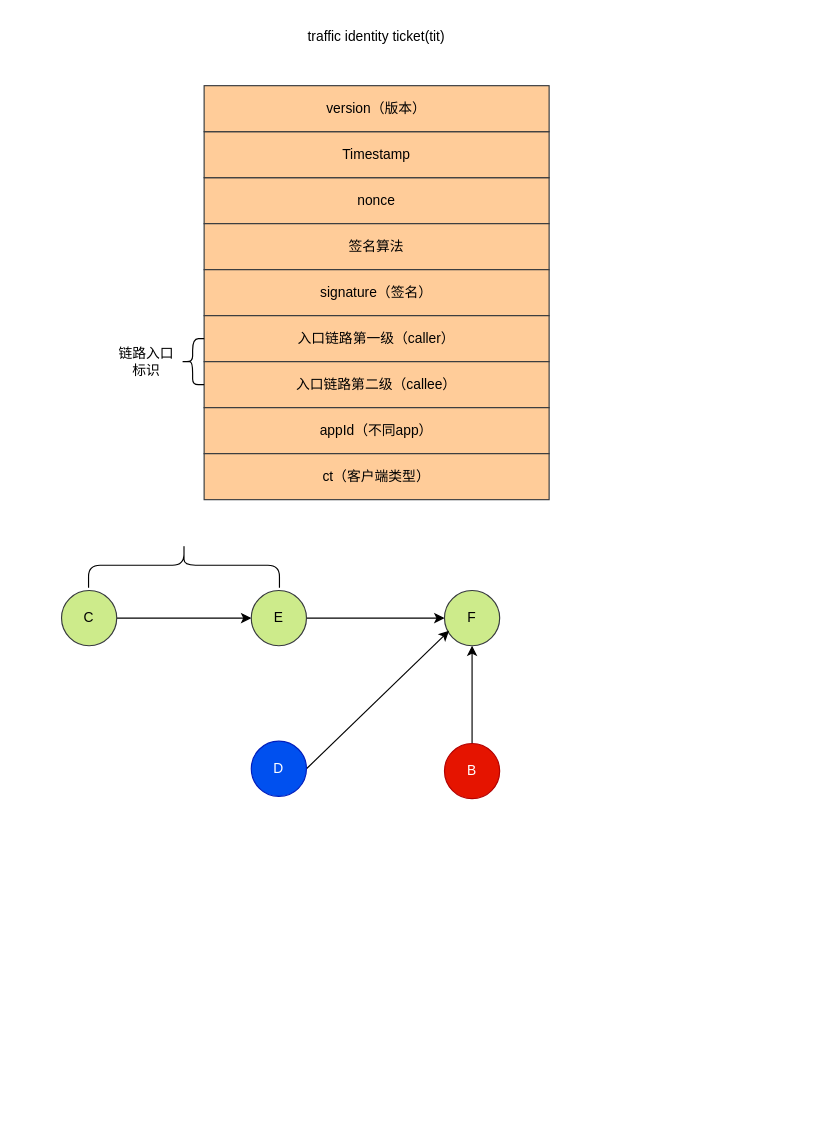
Before: page "流量身份票据" (4 of 7) of sidecar.drawio in xinguai/asmshare, a draw.io diagram. Source tidied: cells renumbered, new cells numbered last; positions are measured from the earlier drawing's top-left corner, leaving out a move shared by most shapes. Both pictures are drawn from the tidied source at 115%, with x=0, y=0 at pixel (61, 20).
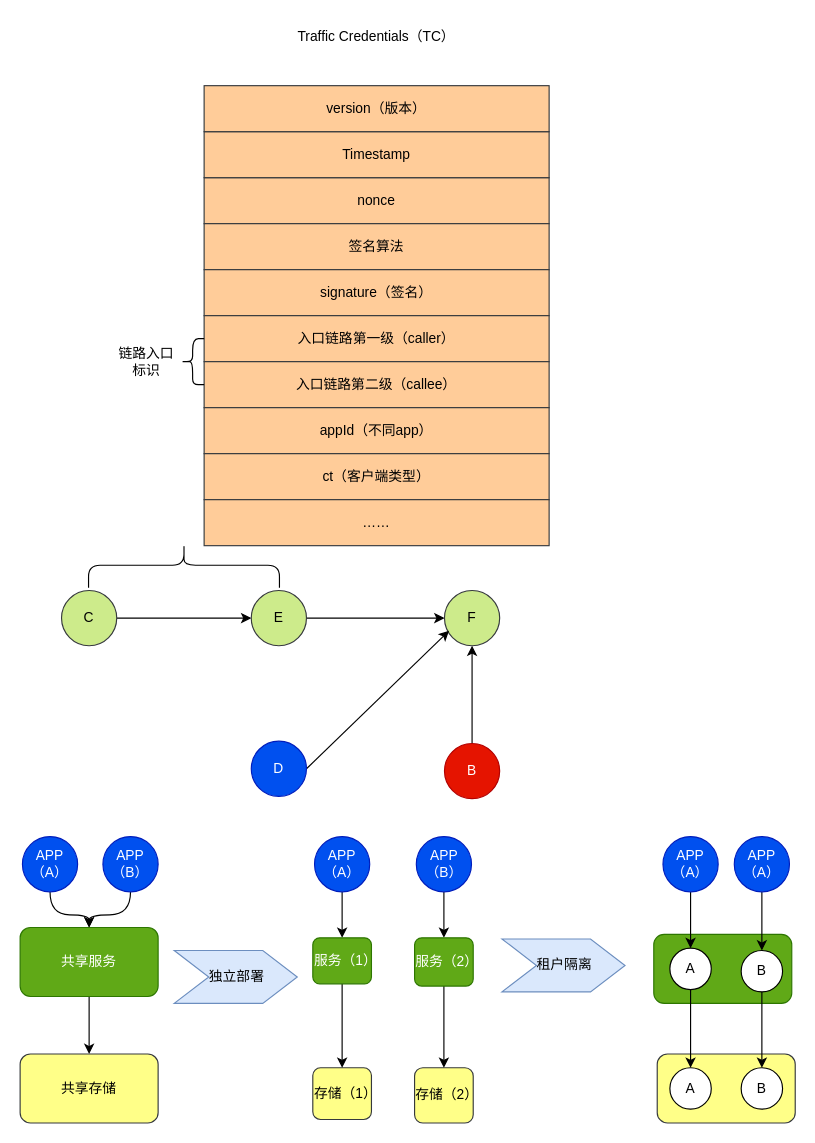
After the change.

Change to the diagram source:
```diff
@@
-    <mxCell id="11" value="traffic identity ticket(tit)" style="text;html=1;strokeColor=none;fillColor=none;align=center;verticalAlign=middle;whiteSpace=wrap;rounded=0;" parent="1" vertex="1">
+    <mxCell id="11" value="Traffic Credentials（TC）" style="text;html=1;strokeColor=none;fillColor=none;align=center;verticalAlign=middle;whiteSpace=wrap;rounded=0;" parent="1" vertex="1">
       <mxGeometry x="174" width="200" height="30" as="geometry" />
     </mxCell>
@@
+    <mxCell id="24" style="edgeStyle=orthogonalEdgeStyle;curved=1;rounded=0;jettySize=auto;html=1;exitX=0.5;exitY=1;exitDx=0;exitDy=0;entryX=0.5;entryY=0;entryDx=0;entryDy=0;" parent="1" edge="1" source="25" target="29">
+      <mxGeometry relative="1" as="geometry" />
+    </mxCell>
+    <mxCell id="25" value="APP（A）" style="ellipse;whiteSpace=wrap;html=1;fillColor=#0050ef;fontColor=#ffffff;strokeColor=#001DBC;" parent="1" vertex="1">
+      <mxGeometry x="-34" y="710" width="48" height="48" as="geometry" />
+    </mxCell>
+    <mxCell id="26" style="edgeStyle=orthogonalEdgeStyle;curved=1;rounded=0;jettySize=auto;html=1;exitX=0.5;exitY=1;exitDx=0;exitDy=0;entryX=0.5;entryY=0;entryDx=0;entryDy=0;" parent="1" edge="1" source="27" target="29">
+      <mxGeometry relative="1" as="geometry" />
+    </mxCell>
+    <mxCell id="27" value="APP（B）" style="ellipse;whiteSpace=wrap;html=1;fillColor=#0050ef;fontColor=#ffffff;strokeColor=#001DBC;" parent="1" vertex="1">
+      <mxGeometry x="36" y="710" width="48" height="48" as="geometry" />
+    </mxCell>
+    <mxCell id="28" style="edgeStyle=orthogonalEdgeStyle;curved=1;rounded=0;jettySize=auto;html=1;exitX=0.5;exitY=1;exitDx=0;exitDy=0;" parent="1" edge="1" source="29" target="30">
+      <mxGeometry relative="1" as="geometry" />
+    </mxCell>
+    <mxCell id="29" value="共享服务" style="rounded=1;whiteSpace=wrap;html=1;fillColor=#60a917;fontColor=#ffffff;strokeColor=#2D7600;" parent="1" vertex="1">
+      <mxGeometry x="-36" y="789" width="120" height="60" as="geometry" />
+    </mxCell>
+    <mxCell id="30" value="共享存储" style="rounded=1;whiteSpace=wrap;html=1;fillColor=#ffff88;strokeColor=#36393d;" parent="1" vertex="1">
+      <mxGeometry x="-36" y="899" width="120" height="60" as="geometry" />
+    </mxCell>
+    <mxCell id="31" style="edgeStyle=orthogonalEdgeStyle;curved=1;rounded=0;jettySize=auto;html=1;exitX=0.5;exitY=1;exitDx=0;exitDy=0;entryX=0.5;entryY=0;entryDx=0;entryDy=0;" parent="1" edge="1" source="32" target="38">
+      <mxGeometry relative="1" as="geometry" />
+    </mxCell>
+    <mxCell id="32" value="APP（A）" style="ellipse;whiteSpace=wrap;html=1;fillColor=#0050ef;fontColor=#ffffff;strokeColor=#001DBC;" parent="1" vertex="1">
+      <mxGeometry x="220" y="710" width="48" height="48" as="geometry" />
+    </mxCell>
+    <mxCell id="33" style="edgeStyle=orthogonalEdgeStyle;curved=1;rounded=0;jettySize=auto;html=1;exitX=0.5;exitY=1;exitDx=0;exitDy=0;entryX=0.5;entryY=0;entryDx=0;entryDy=0;" parent="1" edge="1" source="34" target="40">
+      <mxGeometry relative="1" as="geometry" />
+    </mxCell>
+    <mxCell id="34" value="APP（B）" style="ellipse;whiteSpace=wrap;html=1;fillColor=#0050ef;fontColor=#ffffff;strokeColor=#001DBC;" parent="1" vertex="1">
+      <mxGeometry x="308.5" y="710" width="48" height="48" as="geometry" />
+    </mxCell>
+    <mxCell id="35" value="存储（1）" style="rounded=1;whiteSpace=wrap;html=1;fillColor=#ffff88;strokeColor=#36393d;" parent="1" vertex="1">
+      <mxGeometry x="218.5" y="911" width="51" height="45" as="geometry" />
+    </mxCell>
+    <mxCell id="36" value="存储（2）" style="rounded=1;whiteSpace=wrap;html=1;fillColor=#ffff88;strokeColor=#36393d;" parent="1" vertex="1">
+      <mxGeometry x="307" y="911" width="51" height="48" as="geometry" />
+    </mxCell>
+    <mxCell id="37" style="edgeStyle=orthogonalEdgeStyle;curved=1;rounded=0;jettySize=auto;html=1;exitX=0.5;exitY=1;exitDx=0;exitDy=0;entryX=0.5;entryY=0;entryDx=0;entryDy=0;" parent="1" edge="1" source="38" target="35">
+      <mxGeometry relative="1" as="geometry" />
+    </mxCell>
+    <mxCell id="38" value="服务（1）" style="rounded=1;whiteSpace=wrap;html=1;fillColor=#60a917;strokeColor=#2D7600;fontColor=#ffffff;" parent="1" vertex="1">
+      <mxGeometry x="218.5" y="798" width="51" height="40" as="geometry" />
+    </mxCell>
+    <mxCell id="39" style="edgeStyle=orthogonalEdgeStyle;curved=1;rounded=0;jettySize=auto;html=1;exitX=0.5;exitY=1;exitDx=0;exitDy=0;entryX=0.5;entryY=0;entryDx=0;entryDy=0;" parent="1" edge="1" source="40" target="36">
+      <mxGeometry relative="1" as="geometry" />
+    </mxCell>
+    <mxCell id="40" value="服务（2）" style="rounded=1;whiteSpace=wrap;html=1;fillColor=#60a917;strokeColor=#2D7600;fontColor=#ffffff;" parent="1" vertex="1">
+      <mxGeometry x="307" y="798" width="51" height="42" as="geometry" />
+    </mxCell>
+    <mxCell id="41" value="独立部署" style="html=1;shadow=0;dashed=0;align=center;verticalAlign=middle;shape=mxgraph.arrows2.arrow;dy=0;dx=30;notch=30;fillColor=#dae8fc;strokeColor=#6c8ebf;" parent="1" vertex="1">
+      <mxGeometry x="98" y="809" width="107" height="46" as="geometry" />
+    </mxCell>
+    <mxCell id="42" style="rounded=1;whiteSpace=wrap;html=1;fillColor=#60a917;fontColor=#ffffff;strokeColor=#2D7600;" parent="1" vertex="1">
+      <mxGeometry x="515" y="795" width="120" height="60" as="geometry" />
+    </mxCell>
+    <mxCell id="43" style="rounded=1;whiteSpace=wrap;html=1;fillColor=#ffff88;strokeColor=#36393d;" parent="1" vertex="1">
+      <mxGeometry x="518" y="899" width="120" height="60" as="geometry" />
+    </mxCell>
+    <mxCell id="44" style="edgeStyle=orthogonalEdgeStyle;curved=1;rounded=0;jettySize=auto;html=1;exitX=0.5;exitY=1;exitDx=0;exitDy=0;entryX=0.5;entryY=0;entryDx=0;entryDy=0;" parent="1" edge="1" source="45" target="48">
+      <mxGeometry relative="1" as="geometry" />
+    </mxCell>
+    <mxCell id="45" value="A" style="ellipse;whiteSpace=wrap;html=1;" parent="1" vertex="1">
+      <mxGeometry x="529" y="807" width="36" height="36" as="geometry" />
+    </mxCell>
+    <mxCell id="46" style="edgeStyle=orthogonalEdgeStyle;curved=1;rounded=0;jettySize=auto;html=1;exitX=0.5;exitY=1;exitDx=0;exitDy=0;entryX=0.5;entryY=0;entryDx=0;entryDy=0;" parent="1" edge="1" source="47" target="49">
+      <mxGeometry relative="1" as="geometry" />
+    </mxCell>
+    <mxCell id="47" value="B" style="ellipse;whiteSpace=wrap;html=1;" parent="1" vertex="1">
+      <mxGeometry x="591" y="809" width="36" height="36" as="geometry" />
+    </mxCell>
+    <mxCell id="48" value="A" style="ellipse;whiteSpace=wrap;html=1;" parent="1" vertex="1">
+      <mxGeometry x="529" y="911" width="36" height="36" as="geometry" />
+    </mxCell>
+    <mxCell id="49" value="B" style="ellipse;whiteSpace=wrap;html=1;" parent="1" vertex="1">
+      <mxGeometry x="591" y="911" width="36" height="36" as="geometry" />
+    </mxCell>
+    <mxCell id="50" style="edgeStyle=orthogonalEdgeStyle;curved=1;rounded=0;jettySize=auto;html=1;exitX=0.5;exitY=1;exitDx=0;exitDy=0;" parent="1" edge="1" source="51" target="45">
+      <mxGeometry relative="1" as="geometry" />
+    </mxCell>
+    <mxCell id="51" value="APP（A）" style="ellipse;whiteSpace=wrap;html=1;fillColor=#0050ef;fontColor=#ffffff;strokeColor=#001DBC;" parent="1" vertex="1">
+      <mxGeometry x="523" y="710" width="48" height="48" as="geometry" />
+    </mxCell>
+    <mxCell id="52" style="edgeStyle=orthogonalEdgeStyle;curved=1;rounded=0;jettySize=auto;html=1;exitX=0.5;exitY=1;exitDx=0;exitDy=0;entryX=0.5;entryY=0;entryDx=0;entryDy=0;" parent="1" edge="1" source="53" target="47">
+      <mxGeometry relative="1" as="geometry" />
+    </mxCell>
+    <mxCell id="53" value="APP（A）" style="ellipse;whiteSpace=wrap;html=1;fillColor=#0050ef;fontColor=#ffffff;strokeColor=#001DBC;" parent="1" vertex="1">
+      <mxGeometry x="585" y="710" width="48" height="48" as="geometry" />
+    </mxCell>
+    <mxCell id="54" value="租户隔离" style="html=1;shadow=0;dashed=0;align=center;verticalAlign=middle;shape=mxgraph.arrows2.arrow;dy=0;dx=30;notch=30;fillColor=#dae8fc;strokeColor=#6c8ebf;" parent="1" vertex="1">
+      <mxGeometry x="383" y="799" width="107" height="46" as="geometry" />
+    </mxCell>
+    <mxCell id="55" value="……" style="rounded=0;whiteSpace=wrap;html=1;fillColor=#ffcc99;strokeColor=#36393d;" parent="1" vertex="1">
+      <mxGeometry x="124" y="417" width="300" height="40" as="geometry" />
+    </mxCell>
```
